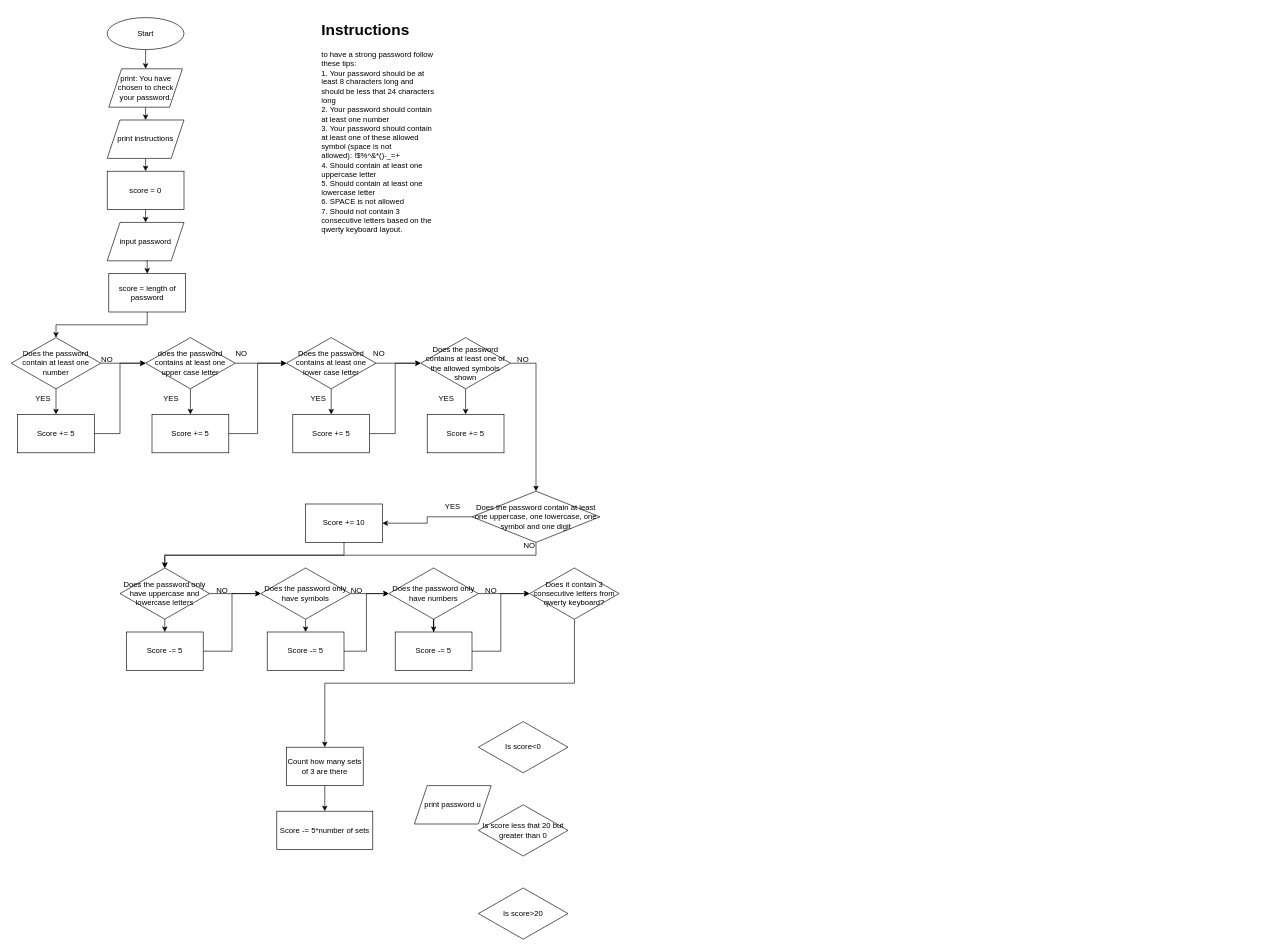
Before: Untitled Diagram.drawio in t-nath21/Random, a draw.io diagram. Source tidied: cells renumbered, new cells numbered last; positions are measured from the earlier drawing's top-left corner, leaving out a move shared by most shapes. Both pictures are drawn from the tidied source at 64%, with x=0, y=0 at pixel (11, 17).
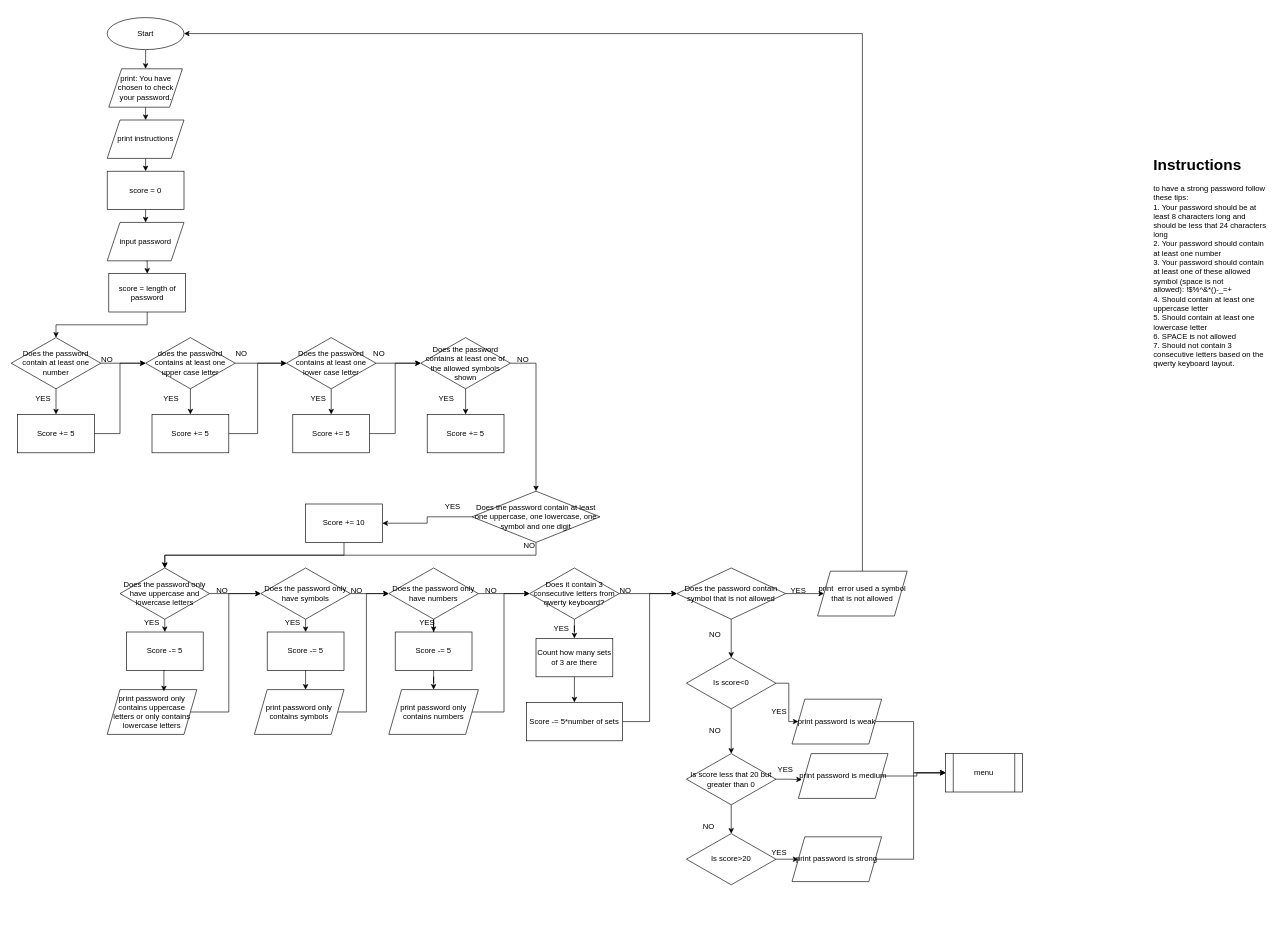
Above is the later version.

Unchanged cells that the change refers to:
```xml
<mxCell id="3" value="Start" style="ellipse;whiteSpace=wrap;html=1;" parent="1" vertex="1">
  <mxGeometry x="150" width="120" height="50" as="geometry" />
</mxCell>
<mxCell id="54" value="Does the password only have symbols" style="rhombus;whiteSpace=wrap;html=1;" parent="1" vertex="1">
  <mxGeometry x="390" y="860" width="140" height="80" as="geometry" />
</mxCell>
<mxCell id="57" value="Does the password only have numbers" style="rhombus;whiteSpace=wrap;html=1;" parent="1" vertex="1">
  <mxGeometry x="590" y="860" width="140" height="80" as="geometry" />
</mxCell>
<mxCell id="60" value="Does it contain 3 consecutive letters from qwerty keyboard?" style="rhombus;whiteSpace=wrap;html=1;" parent="1" vertex="1">
  <mxGeometry x="810" y="860" width="140" height="80" as="geometry" />
</mxCell>
<mxCell id="65" value="Score -= 5" style="rounded=0;whiteSpace=wrap;html=1;" parent="1" vertex="1">
  <mxGeometry x="180" y="960" width="120" height="60" as="geometry" />
</mxCell>
<mxCell id="67" value="Score -= 5" style="rounded=0;whiteSpace=wrap;html=1;" parent="1" vertex="1">
  <mxGeometry x="400" y="960" width="120" height="60" as="geometry" />
</mxCell>
<mxCell id="69" value="Score -= 5" style="rounded=0;whiteSpace=wrap;html=1;" parent="1" vertex="1">
  <mxGeometry x="600" y="960" width="120" height="60" as="geometry" />
</mxCell>
```

Change to the diagram source:
```diff
@@
     <mxCell id="6" value="&lt;h1&gt;Instructions&lt;/h1&gt;&lt;p&gt;to have a strong password follow these tips:&lt;br style=&quot;border-color: var(--border-color); text-align: center;&quot;&gt;&lt;span style=&quot;text-align: center;&quot;&gt;1. Your password should be at least 8 characters long and should be less that 24 characters long&lt;/span&gt;&lt;br style=&quot;border-color: var(--border-color); text-align: center;&quot;&gt;&lt;span style=&quot;text-align: center;&quot;&gt;2. Your password should contain at least one number&lt;/span&gt;&lt;br style=&quot;border-color: var(--border-color); text-align: center;&quot;&gt;&lt;span style=&quot;text-align: center;&quot;&gt;3. Your password should contain at least one of these allowed symbol (space is not allowed):&amp;nbsp;!$%^&amp;amp;*()-_=+&lt;/span&gt;&lt;br style=&quot;border-color: var(--border-color); text-align: center;&quot;&gt;&lt;span style=&quot;text-align: center;&quot;&gt;4. Should contain at least one uppercase letter&lt;/span&gt;&lt;br style=&quot;border-color: var(--border-color); text-align: center;&quot;&gt;&lt;span style=&quot;text-align: center;&quot;&gt;5. Should contain at least one lowercase letter&lt;/span&gt;&lt;br style=&quot;border-color: var(--border-color); text-align: center;&quot;&gt;&lt;span style=&quot;text-align: center;&quot;&gt;6. SPACE is not allowed&lt;/span&gt;&lt;br style=&quot;border-color: var(--border-color); text-align: center;&quot;&gt;&lt;span style=&quot;text-align: center;&quot;&gt;7. Should not contain 3 consecutive letters based on the qwerty keyboard layout.&lt;/span&gt;&lt;br&gt;&lt;/p&gt;" style="text;html=1;strokeColor=none;fillColor=none;spacing=5;spacingTop=-20;whiteSpace=wrap;overflow=hidden;rounded=0;" parent="1" vertex="1">
-      <mxGeometry x="480" width="190" height="350" as="geometry" />
+      <mxGeometry x="1780" y="210" width="190" height="350" as="geometry" />
     </mxCell>
@@
-    <mxCell id="59" style="edgeStyle=orthogonalEdgeStyle;rounded=0;jettySize=auto;html=1;exitX=0.5;exitY=1;exitDx=0;exitDy=0;entryX=0.5;entryY=0;entryDx=0;entryDy=0;" parent="1" edge="1" source="60" target="71">
+    <mxCell id="59" style="edgeStyle=orthogonalEdgeStyle;rounded=0;jettySize=auto;html=1;exitX=0.5;exitY=1;exitDx=0;exitDy=0;" parent="1" edge="1" source="60" target="71">
       <mxGeometry relative="1" as="geometry" />
     </mxCell>
+    <mxCell id="77" style="edgeStyle=orthogonalEdgeStyle;rounded=0;jettySize=auto;html=1;exitX=1;exitY=0.5;exitDx=0;exitDy=0;entryX=0;entryY=0.5;entryDx=0;entryDy=0;" parent="1" edge="1" source="60" target="111">
+      <mxGeometry relative="1" as="geometry" />
+    </mxCell>
@@
-    <mxCell id="64" style="edgeStyle=orthogonalEdgeStyle;rounded=0;jettySize=auto;html=1;exitX=1;exitY=0.5;exitDx=0;exitDy=0;entryX=0;entryY=0.5;entryDx=0;entryDy=0;" parent="1" edge="1" source="65" target="54">
-      <mxGeometry relative="1" as="geometry" />
-    </mxCell>
@@
-    <mxCell id="66" style="edgeStyle=orthogonalEdgeStyle;rounded=0;jettySize=auto;html=1;exitX=1;exitY=0.5;exitDx=0;exitDy=0;entryX=0;entryY=0.5;entryDx=0;entryDy=0;" parent="1" edge="1" source="67" target="57">
-      <mxGeometry relative="1" as="geometry" />
-    </mxCell>
@@
-    <mxCell id="68" style="edgeStyle=orthogonalEdgeStyle;rounded=0;jettySize=auto;html=1;exitX=1;exitY=0.5;exitDx=0;exitDy=0;entryX=0;entryY=0.5;entryDx=0;entryDy=0;" parent="1" edge="1" source="69" target="60">
-      <mxGeometry relative="1" as="geometry" />
-    </mxCell>
+    <mxCell id="78" style="edgeStyle=orthogonalEdgeStyle;rounded=0;jettySize=auto;html=1;exitX=0.5;exitY=1;exitDx=0;exitDy=0;" parent="1" edge="1" source="69" target="91">
+      <mxGeometry relative="1" as="geometry" />
+    </mxCell>
@@
     <mxCell id="71" value="Count how many sets of 3 are there" style="rounded=0;whiteSpace=wrap;html=1;" parent="1" vertex="1">
-      <mxGeometry x="430" y="1140" width="120" height="60" as="geometry" />
+      <mxGeometry x="820" y="970" width="120" height="60" as="geometry" />
     </mxCell>
+    <mxCell id="79" style="edgeStyle=orthogonalEdgeStyle;rounded=0;jettySize=auto;html=1;exitX=1;exitY=0.5;exitDx=0;exitDy=0;entryX=0;entryY=0.5;entryDx=0;entryDy=0;" parent="1" edge="1" source="72" target="111">
+      <mxGeometry relative="1" as="geometry" />
+    </mxCell>
     <mxCell id="72" value="Score -= 5*number of sets" style="rounded=0;whiteSpace=wrap;html=1;" parent="1" vertex="1">
-      <mxGeometry x="415" y="1240" width="150" height="60" as="geometry" />
+      <mxGeometry x="805" y="1070" width="150" height="60" as="geometry" />
     </mxCell>
+    <mxCell id="80" style="edgeStyle=orthogonalEdgeStyle;rounded=0;jettySize=auto;html=1;exitX=1;exitY=0.5;exitDx=0;exitDy=0;entryX=0;entryY=0.5;entryDx=0;entryDy=0;" parent="1" edge="1" source="73" target="97">
+      <mxGeometry relative="1" as="geometry" />
+    </mxCell>
+    <mxCell id="81" style="edgeStyle=orthogonalEdgeStyle;rounded=0;jettySize=auto;html=1;exitX=0.5;exitY=1;exitDx=0;exitDy=0;" parent="1" edge="1" source="73" target="74">
+      <mxGeometry relative="1" as="geometry" />
+    </mxCell>
     <mxCell id="73" value="Is score&amp;lt;0" style="rhombus;whiteSpace=wrap;html=1;" parent="1" vertex="1">
-      <mxGeometry x="730" y="1100" width="140" height="80" as="geometry" />
+      <mxGeometry x="1055" y="1000" width="140" height="80" as="geometry" />
     </mxCell>
+    <mxCell id="82" style="edgeStyle=orthogonalEdgeStyle;rounded=0;jettySize=auto;html=1;exitX=0.5;exitY=1;exitDx=0;exitDy=0;" parent="1" edge="1" source="74" target="75">
+      <mxGeometry relative="1" as="geometry" />
+    </mxCell>
     <mxCell id="74" value="Is score less that 20 but greater than 0" style="rhombus;whiteSpace=wrap;html=1;" parent="1" vertex="1">
-      <mxGeometry x="730" y="1230" width="140" height="80" as="geometry" />
+      <mxGeometry x="1055" y="1150" width="140" height="80" as="geometry" />
     </mxCell>
+    <mxCell id="83" style="edgeStyle=orthogonalEdgeStyle;rounded=0;jettySize=auto;html=1;exitX=1;exitY=0.5;exitDx=0;exitDy=0;entryX=0;entryY=0.5;entryDx=0;entryDy=0;" parent="1" edge="1" source="75" target="101">
+      <mxGeometry relative="1" as="geometry" />
+    </mxCell>
     <mxCell id="75" value="Is score&amp;gt;20" style="rhombus;whiteSpace=wrap;html=1;" parent="1" vertex="1">
-      <mxGeometry x="730" y="1360" width="140" height="80" as="geometry" />
+      <mxGeometry x="1055" y="1275" width="140" height="80" as="geometry" />
     </mxCell>
-    <mxCell id="76" value="print password u" style="shape=parallelogram;perimeter=parallelogramPerimeter;whiteSpace=wrap;html=1;fixedSize=1;" parent="1" vertex="1">
-      <mxGeometry x="630" y="1200" width="120" height="60" as="geometry" />
-    </mxCell>
+    <mxCell id="84" style="edgeStyle=orthogonalEdgeStyle;rounded=0;jettySize=auto;html=1;exitX=1;exitY=0.5;exitDx=0;exitDy=0;entryX=0;entryY=0.5;entryDx=0;entryDy=0;" parent="1" edge="1" source="85" target="54">
+      <mxGeometry relative="1" as="geometry" />
+    </mxCell>
+    <mxCell id="85" value="print password only contains uppercase letters or only contains lowercase letters" style="shape=parallelogram;perimeter=parallelogramPerimeter;whiteSpace=wrap;html=1;fixedSize=1;" parent="1" vertex="1">
+      <mxGeometry x="150" y="1050" width="140" height="70" as="geometry" />
+    </mxCell>
+    <mxCell id="86" style="edgeStyle=orthogonalEdgeStyle;rounded=0;jettySize=auto;html=1;exitX=0.5;exitY=1;exitDx=0;exitDy=0;entryX=0.633;entryY=0.038;entryDx=0;entryDy=0;entryPerimeter=0;" parent="1" edge="1" source="65" target="85">
+      <mxGeometry relative="1" as="geometry" />
+    </mxCell>
+    <mxCell id="87" style="edgeStyle=orthogonalEdgeStyle;rounded=0;jettySize=auto;html=1;exitX=1;exitY=0.5;exitDx=0;exitDy=0;entryX=0;entryY=0.5;entryDx=0;entryDy=0;" parent="1" edge="1" source="88" target="57">
+      <mxGeometry relative="1" as="geometry" />
+    </mxCell>
+    <mxCell id="88" value="print password only contains symbols" style="shape=parallelogram;perimeter=parallelogramPerimeter;whiteSpace=wrap;html=1;fixedSize=1;" parent="1" vertex="1">
+      <mxGeometry x="380" y="1050" width="140" height="70" as="geometry" />
+    </mxCell>
+    <mxCell id="89" style="edgeStyle=orthogonalEdgeStyle;rounded=0;jettySize=auto;html=1;exitX=0.5;exitY=1;exitDx=0;exitDy=0;entryX=0.571;entryY=0;entryDx=0;entryDy=0;entryPerimeter=0;" parent="1" edge="1" source="67" target="88">
+      <mxGeometry relative="1" as="geometry" />
+    </mxCell>
+    <mxCell id="90" style="edgeStyle=orthogonalEdgeStyle;rounded=0;jettySize=auto;html=1;exitX=1;exitY=0.5;exitDx=0;exitDy=0;entryX=0;entryY=0.5;entryDx=0;entryDy=0;" parent="1" edge="1" source="91" target="60">
+      <mxGeometry relative="1" as="geometry" />
+    </mxCell>
+    <mxCell id="91" value="print password only contains numbers" style="shape=parallelogram;perimeter=parallelogramPerimeter;whiteSpace=wrap;html=1;fixedSize=1;" parent="1" vertex="1">
+      <mxGeometry x="590" y="1050" width="140" height="70" as="geometry" />
+    </mxCell>
+    <mxCell id="92" value="YES" style="text;html=1;strokeColor=none;fillColor=none;align=center;verticalAlign=middle;whiteSpace=wrap;rounded=0;" parent="1" vertex="1">
+      <mxGeometry x="830" y="940" width="60" height="30" as="geometry" />
+    </mxCell>
+    <mxCell id="93" value="YES" style="text;html=1;strokeColor=none;fillColor=none;align=center;verticalAlign=middle;whiteSpace=wrap;rounded=0;" parent="1" vertex="1">
+      <mxGeometry x="620" y="930" width="60" height="30" as="geometry" />
+    </mxCell>
+    <mxCell id="94" value="YES" style="text;html=1;strokeColor=none;fillColor=none;align=center;verticalAlign=middle;whiteSpace=wrap;rounded=0;" parent="1" vertex="1">
+      <mxGeometry x="410" y="930" width="60" height="30" as="geometry" />
+    </mxCell>
+    <mxCell id="95" value="YES" style="text;html=1;strokeColor=none;fillColor=none;align=center;verticalAlign=middle;whiteSpace=wrap;rounded=0;" parent="1" vertex="1">
+      <mxGeometry x="190" y="930" width="60" height="30" as="geometry" />
+    </mxCell>
+    <mxCell id="96" style="edgeStyle=orthogonalEdgeStyle;rounded=0;jettySize=auto;html=1;exitX=1;exitY=0.5;exitDx=0;exitDy=0;entryX=0;entryY=0.5;entryDx=0;entryDy=0;" parent="1" edge="1" source="97" target="116">
+      <mxGeometry relative="1" as="geometry" />
+    </mxCell>
+    <mxCell id="97" value="print password is weak" style="shape=parallelogram;perimeter=parallelogramPerimeter;whiteSpace=wrap;html=1;fixedSize=1;" parent="1" vertex="1">
+      <mxGeometry x="1220" y="1065" width="140" height="70" as="geometry" />
+    </mxCell>
+    <mxCell id="98" style="edgeStyle=orthogonalEdgeStyle;rounded=0;jettySize=auto;html=1;exitX=1;exitY=0.5;exitDx=0;exitDy=0;entryX=0;entryY=0.5;entryDx=0;entryDy=0;" parent="1" edge="1" source="99" target="116">
+      <mxGeometry relative="1" as="geometry" />
+    </mxCell>
+    <mxCell id="99" value="print password is medium" style="shape=parallelogram;perimeter=parallelogramPerimeter;whiteSpace=wrap;html=1;fixedSize=1;" parent="1" vertex="1">
+      <mxGeometry x="1230" y="1150" width="140" height="70" as="geometry" />
+    </mxCell>
+    <mxCell id="100" style="edgeStyle=orthogonalEdgeStyle;rounded=0;jettySize=auto;html=1;exitX=1;exitY=0.5;exitDx=0;exitDy=0;entryX=0;entryY=0.5;entryDx=0;entryDy=0;" parent="1" edge="1" source="101" target="116">
+      <mxGeometry relative="1" as="geometry" />
+    </mxCell>
+    <mxCell id="101" value="print password is strong" style="shape=parallelogram;perimeter=parallelogramPerimeter;whiteSpace=wrap;html=1;fixedSize=1;" parent="1" vertex="1">
+      <mxGeometry x="1220" y="1280" width="140" height="70" as="geometry" />
+    </mxCell>
+    <mxCell id="102" value="NO" style="text;html=1;strokeColor=none;fillColor=none;align=center;verticalAlign=middle;whiteSpace=wrap;rounded=0;" parent="1" vertex="1">
+      <mxGeometry x="930" y="880" width="60" height="30" as="geometry" />
+    </mxCell>
+    <mxCell id="103" style="edgeStyle=orthogonalEdgeStyle;rounded=0;jettySize=auto;html=1;exitX=1;exitY=0.5;exitDx=0;exitDy=0;entryX=0.038;entryY=0.581;entryDx=0;entryDy=0;entryPerimeter=0;" parent="1" edge="1" source="74" target="99">
+      <mxGeometry relative="1" as="geometry" />
+    </mxCell>
+    <mxCell id="104" value="NO" style="text;html=1;strokeColor=none;fillColor=none;align=center;verticalAlign=middle;whiteSpace=wrap;rounded=0;" parent="1" vertex="1">
+      <mxGeometry x="1070" y="1100" width="60" height="30" as="geometry" />
+    </mxCell>
+    <mxCell id="105" value="NO" style="text;html=1;strokeColor=none;fillColor=none;align=center;verticalAlign=middle;whiteSpace=wrap;rounded=0;" parent="1" vertex="1">
+      <mxGeometry x="1060" y="1250" width="60" height="30" as="geometry" />
+    </mxCell>
+    <mxCell id="106" value="YES" style="text;html=1;strokeColor=none;fillColor=none;align=center;verticalAlign=middle;whiteSpace=wrap;rounded=0;" parent="1" vertex="1">
+      <mxGeometry x="1170" y="1070" width="60" height="30" as="geometry" />
+    </mxCell>
+    <mxCell id="107" value="YES" style="text;html=1;strokeColor=none;fillColor=none;align=center;verticalAlign=middle;whiteSpace=wrap;rounded=0;" parent="1" vertex="1">
+      <mxGeometry x="1180" y="1160" width="60" height="30" as="geometry" />
+    </mxCell>
+    <mxCell id="108" value="YES" style="text;html=1;strokeColor=none;fillColor=none;align=center;verticalAlign=middle;whiteSpace=wrap;rounded=0;" parent="1" vertex="1">
+      <mxGeometry x="1170" y="1290" width="60" height="30" as="geometry" />
+    </mxCell>
+    <mxCell id="109" style="edgeStyle=orthogonalEdgeStyle;rounded=0;jettySize=auto;html=1;exitX=1;exitY=0.5;exitDx=0;exitDy=0;entryX=0;entryY=0.5;entryDx=0;entryDy=0;" parent="1" edge="1" source="111" target="113">
+      <mxGeometry relative="1" as="geometry" />
+    </mxCell>
+    <mxCell id="110" style="edgeStyle=orthogonalEdgeStyle;rounded=0;jettySize=auto;html=1;exitX=0.5;exitY=1;exitDx=0;exitDy=0;entryX=0.5;entryY=0;entryDx=0;entryDy=0;" parent="1" edge="1" source="111" target="73">
+      <mxGeometry relative="1" as="geometry" />
+    </mxCell>
+    <mxCell id="111" value="Does the password contain symbol that is not allowed" style="rhombus;whiteSpace=wrap;html=1;" parent="1" vertex="1">
+      <mxGeometry x="1040" y="860" width="170" height="80" as="geometry" />
+    </mxCell>
+    <mxCell id="112" style="edgeStyle=orthogonalEdgeStyle;rounded=0;jettySize=auto;html=1;exitX=0.5;exitY=0;exitDx=0;exitDy=0;entryX=1;entryY=0.5;entryDx=0;entryDy=0;" parent="1" edge="1" source="113" target="3">
+      <mxGeometry relative="1" as="geometry" />
+    </mxCell>
+    <mxCell id="113" value="print&amp;nbsp; error used a symbol that is not allowed" style="shape=parallelogram;perimeter=parallelogramPerimeter;whiteSpace=wrap;html=1;fixedSize=1;" parent="1" vertex="1">
+      <mxGeometry x="1260" y="865" width="140" height="70" as="geometry" />
+    </mxCell>
+    <mxCell id="114" value="YES" style="text;html=1;strokeColor=none;fillColor=none;align=center;verticalAlign=middle;whiteSpace=wrap;rounded=0;" parent="1" vertex="1">
+      <mxGeometry x="1200" y="880" width="60" height="30" as="geometry" />
+    </mxCell>
+    <mxCell id="115" value="NO" style="text;html=1;strokeColor=none;fillColor=none;align=center;verticalAlign=middle;whiteSpace=wrap;rounded=0;" parent="1" vertex="1">
+      <mxGeometry x="1070" y="950" width="60" height="30" as="geometry" />
+    </mxCell>
+    <mxCell id="116" value="menu" style="shape=process;whiteSpace=wrap;html=1;backgroundOutline=1;" parent="1" vertex="1">
+      <mxGeometry x="1460" y="1150" width="120" height="60" as="geometry" />
+    </mxCell>
```
